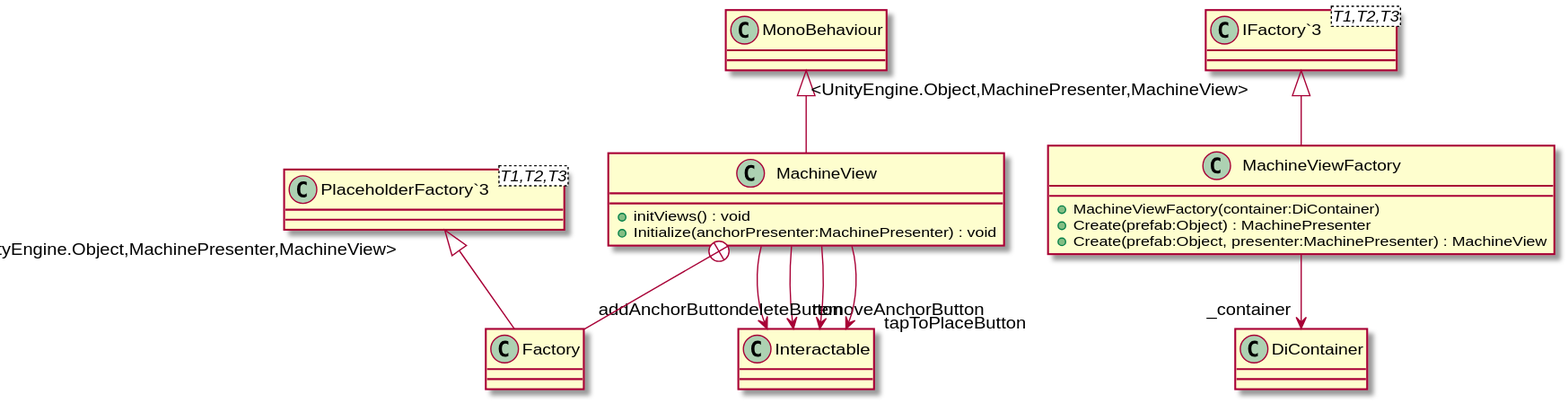
This is UML/views/MachineView.svg from DeNatur/ProductionFloorVisualization, a PlantUML export, as it was before one commit.
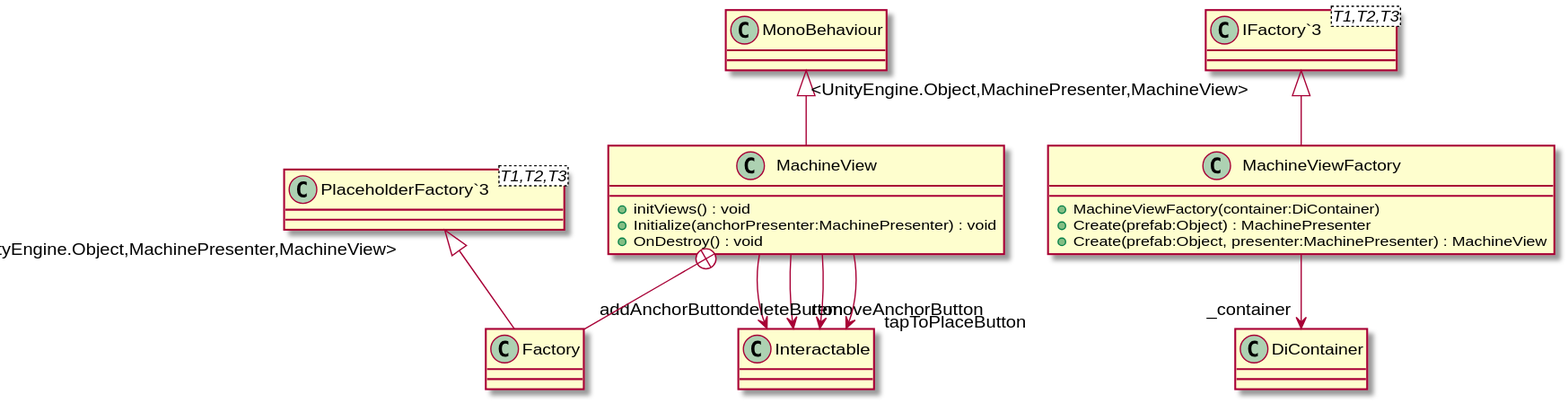
Above is the later version.

The edit, as a diff of the source:
```diff
@@ -2,6 +2,7 @@
 class MachineView {
     + initViews() : void
     + Initialize(anchorPresenter:MachinePresenter) : void
+    + OnDestroy() : void
 }
 class MachineViewFactory {
     + MachineViewFactory(container:DiContainer)
```
